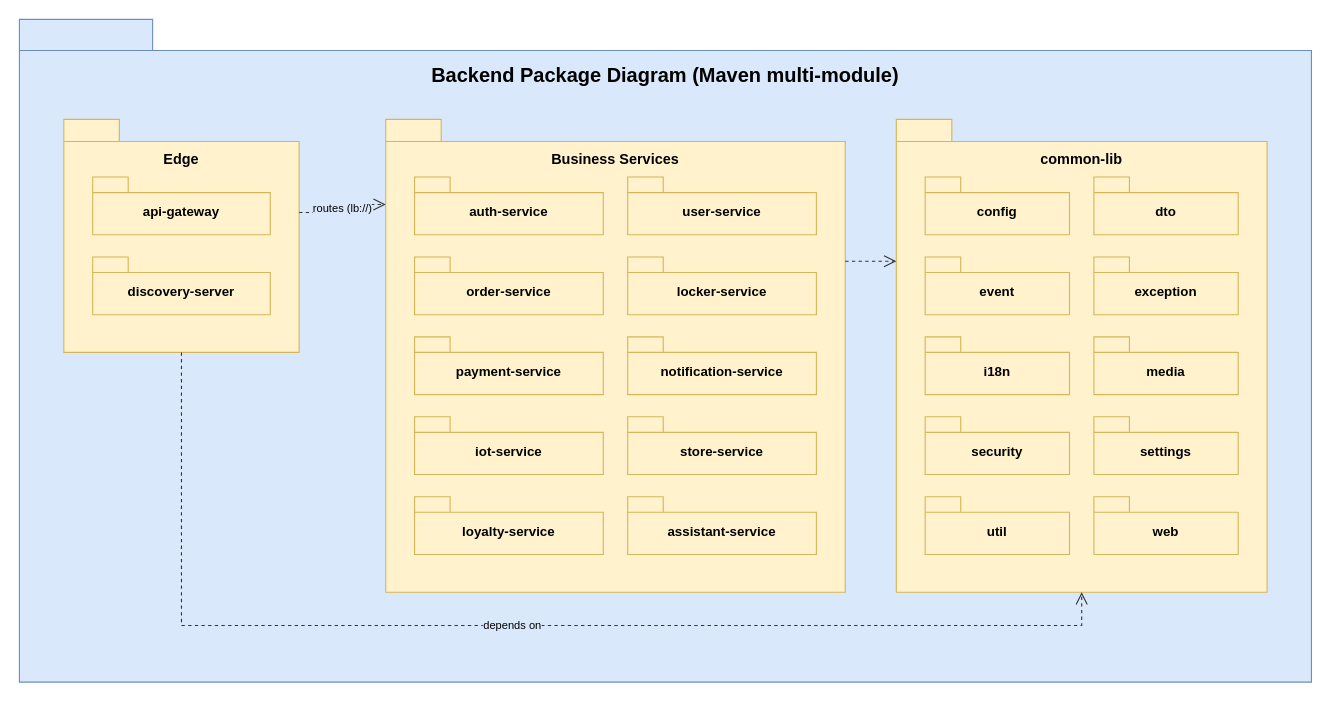
Before: rp4/sdd-assets/drawio/pkg_backend_overview.drawio in LockR-Tech/docs, a draw.io diagram. Source tidied: cells renumbered, new cells numbered last; positions are measured from the earlier drawing's top-left corner, leaving out a move shared by most shapes. Both pictures are drawn from the tidied source at 111%, with x=0, y=0 at pixel (19, 19).
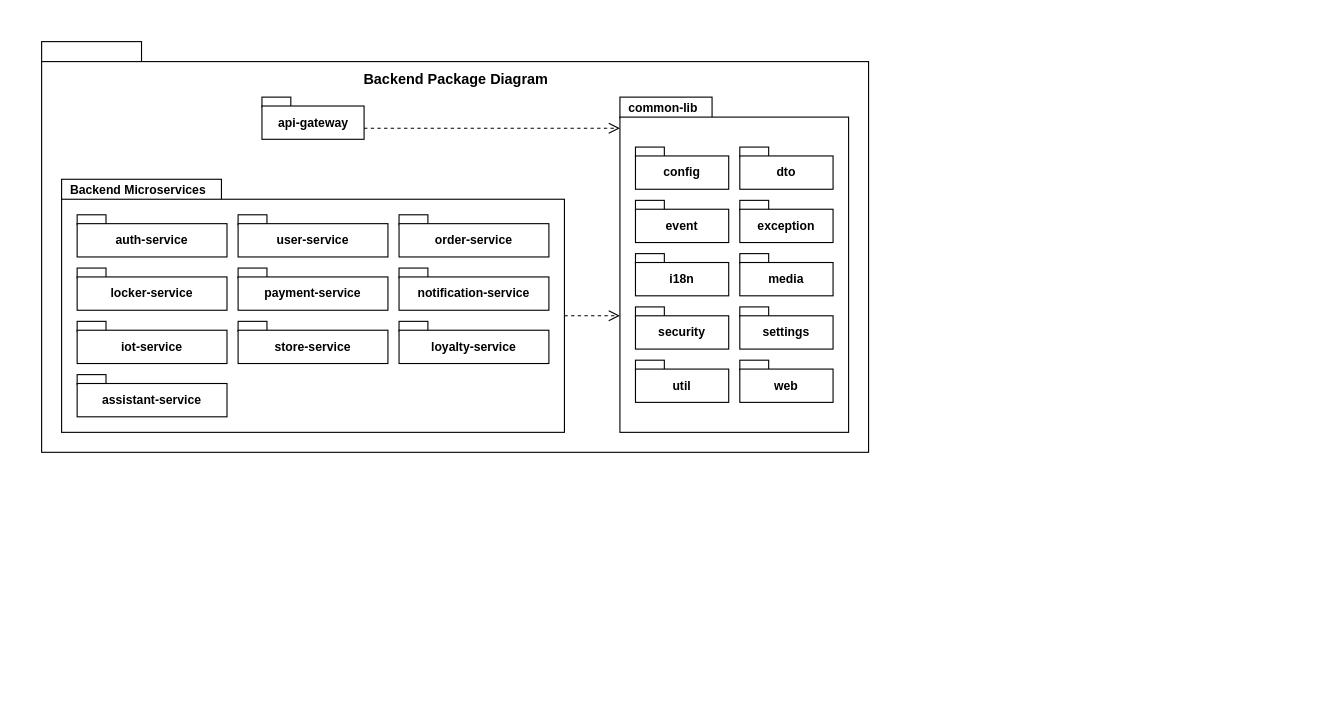
The same page after the edit.

The edit, as a diff of the source:
```diff
@@
-    <mxCell id="2" value="Backend Package Diagram (Maven multi-module)" style="shape=folder;tabWidth=120;tabHeight=28;tabPosition=left;html=1;whiteSpace=wrap;fillColor=#dae8fc;strokeColor=#6c8ebf;verticalAlign=top;fontStyle=1;fontSize=18;spacingTop=34;" parent="1" vertex="1">
-      <mxGeometry width="1164" height="597" as="geometry" />
+    <mxCell id="2" style="html=1;whiteSpace=wrap;fillColor=#FFFFFF;strokeColor=#000000;fontFamily=Helvetica;fontColor=#000000;" parent="1" vertex="1">
+      <mxGeometry x="20" y="20" width="90" height="19" as="geometry" />
     </mxCell>
-    <mxCell id="3" value="Edge" style="shape=folder;tabWidth=50;tabHeight=20;tabPosition=left;html=1;whiteSpace=wrap;fillColor=#fff2cc;strokeColor=#d6b656;verticalAlign=top;fontStyle=1;fontSize=13;spacingTop=22;" parent="1" vertex="1">
-      <mxGeometry x="40" y="90" width="212" height="210" as="geometry" />
+    <mxCell id="3" style="html=1;whiteSpace=wrap;fillColor=#FFFFFF;strokeColor=#000000;fontFamily=Helvetica;fontColor=#000000;" parent="1" vertex="1">
+      <mxGeometry x="20" y="38" width="745" height="352" as="geometry" />
     </mxCell>
-    <mxCell id="4" value="api-gateway" style="shape=folder;tabWidth=32;tabHeight=14;tabPosition=left;html=1;whiteSpace=wrap;fillColor=#fff2cc;strokeColor=#d6b656;fontStyle=1;fontSize=12;spacingTop=12;" parent="1" vertex="1">
-      <mxGeometry x="66" y="142" width="160" height="52" as="geometry" />
+    <mxCell id="4" value="Backend Package Diagram" style="text;html=1;fontStyle=1;fontSize=13;align=center;verticalAlign=middle;fontFamily=Helvetica;fontColor=#000000;" parent="1" vertex="1">
+      <mxGeometry x="20" y="42" width="745" height="24" as="geometry" />
     </mxCell>
-    <mxCell id="5" value="discovery-server" style="shape=folder;tabWidth=32;tabHeight=14;tabPosition=left;html=1;whiteSpace=wrap;fillColor=#fff2cc;strokeColor=#d6b656;fontStyle=1;fontSize=12;spacingTop=12;" parent="1" vertex="1">
-      <mxGeometry x="66" y="214" width="160" height="52" as="geometry" />
+    <mxCell id="5" style="html=1;whiteSpace=wrap;fillColor=#FFFFFF;strokeColor=#000000;fontFamily=Helvetica;fontColor=#000000;" parent="1" vertex="1">
+      <mxGeometry x="218.5" y="70" width="26" height="9" as="geometry" />
     </mxCell>
-    <mxCell id="6" value="Business Services" style="shape=folder;tabWidth=50;tabHeight=20;tabPosition=left;html=1;whiteSpace=wrap;fillColor=#fff2cc;strokeColor=#d6b656;verticalAlign=top;fontStyle=1;fontSize=13;spacingTop=22;" parent="1" vertex="1">
-      <mxGeometry x="330" y="90" width="414" height="426" as="geometry" />
+    <mxCell id="6" value="api-gateway" style="html=1;whiteSpace=wrap;fillColor=#FFFFFF;strokeColor=#000000;fontFamily=Helvetica;fontColor=#000000;fontStyle=1;fontSize=11;" parent="1" vertex="1">
+      <mxGeometry x="218.5" y="78" width="92" height="30" as="geometry" />
     </mxCell>
-    <mxCell id="7" value="auth-service" style="shape=folder;tabWidth=32;tabHeight=14;tabPosition=left;html=1;whiteSpace=wrap;fillColor=#fff2cc;strokeColor=#d6b656;fontStyle=1;fontSize=12;spacingTop=12;" parent="1" vertex="1">
-      <mxGeometry x="356" y="142" width="170" height="52" as="geometry" />
+    <mxCell id="7" value="Backend Microservices" style="html=1;whiteSpace=wrap;fillColor=#FFFFFF;strokeColor=#000000;fontFamily=Helvetica;fontColor=#000000;fontStyle=1;fontSize=11;align=left;spacingLeft=6;" parent="1" vertex="1">
+      <mxGeometry x="38" y="144" width="144" height="19" as="geometry" />
     </mxCell>
-    <mxCell id="8" value="user-service" style="shape=folder;tabWidth=32;tabHeight=14;tabPosition=left;html=1;whiteSpace=wrap;fillColor=#fff2cc;strokeColor=#d6b656;fontStyle=1;fontSize=12;spacingTop=12;" parent="1" vertex="1">
-      <mxGeometry x="548" y="142" width="170" height="52" as="geometry" />
+    <mxCell id="8" style="html=1;whiteSpace=wrap;fillColor=#FFFFFF;strokeColor=#000000;fontFamily=Helvetica;fontColor=#000000;" parent="1" vertex="1">
+      <mxGeometry x="38" y="162" width="453" height="210" as="geometry" />
     </mxCell>
-    <mxCell id="9" value="order-service" style="shape=folder;tabWidth=32;tabHeight=14;tabPosition=left;html=1;whiteSpace=wrap;fillColor=#fff2cc;strokeColor=#d6b656;fontStyle=1;fontSize=12;spacingTop=12;" parent="1" vertex="1">
-      <mxGeometry x="356" y="214" width="170" height="52" as="geometry" />
+    <mxCell id="9" style="html=1;whiteSpace=wrap;fillColor=#FFFFFF;strokeColor=#000000;fontFamily=Helvetica;fontColor=#000000;" parent="1" vertex="1">
+      <mxGeometry x="52" y="176" width="26" height="9" as="geometry" />
     </mxCell>
-    <mxCell id="10" value="locker-service" style="shape=folder;tabWidth=32;tabHeight=14;tabPosition=left;html=1;whiteSpace=wrap;fillColor=#fff2cc;strokeColor=#d6b656;fontStyle=1;fontSize=12;spacingTop=12;" parent="1" vertex="1">
-      <mxGeometry x="548" y="214" width="170" height="52" as="geometry" />
+    <mxCell id="10" value="auth-service" style="html=1;whiteSpace=wrap;fillColor=#FFFFFF;strokeColor=#000000;fontFamily=Helvetica;fontColor=#000000;fontStyle=1;fontSize=11;" parent="1" vertex="1">
+      <mxGeometry x="52" y="184" width="135" height="30" as="geometry" />
     </mxCell>
-    <mxCell id="11" value="payment-service" style="shape=folder;tabWidth=32;tabHeight=14;tabPosition=left;html=1;whiteSpace=wrap;fillColor=#fff2cc;strokeColor=#d6b656;fontStyle=1;fontSize=12;spacingTop=12;" parent="1" vertex="1">
-      <mxGeometry x="356" y="286" width="170" height="52" as="geometry" />
+    <mxCell id="11" style="html=1;whiteSpace=wrap;fillColor=#FFFFFF;strokeColor=#000000;fontFamily=Helvetica;fontColor=#000000;" parent="1" vertex="1">
+      <mxGeometry x="197" y="176" width="26" height="9" as="geometry" />
     </mxCell>
-    <mxCell id="12" value="notification-service" style="shape=folder;tabWidth=32;tabHeight=14;tabPosition=left;html=1;whiteSpace=wrap;fillColor=#fff2cc;strokeColor=#d6b656;fontStyle=1;fontSize=12;spacingTop=12;" parent="1" vertex="1">
-      <mxGeometry x="548" y="286" width="170" height="52" as="geometry" />
+    <mxCell id="12" value="user-service" style="html=1;whiteSpace=wrap;fillColor=#FFFFFF;strokeColor=#000000;fontFamily=Helvetica;fontColor=#000000;fontStyle=1;fontSize=11;" parent="1" vertex="1">
+      <mxGeometry x="197" y="184" width="135" height="30" as="geometry" />
     </mxCell>
-    <mxCell id="13" value="iot-service" style="shape=folder;tabWidth=32;tabHeight=14;tabPosition=left;html=1;whiteSpace=wrap;fillColor=#fff2cc;strokeColor=#d6b656;fontStyle=1;fontSize=12;spacingTop=12;" parent="1" vertex="1">
-      <mxGeometry x="356" y="358" width="170" height="52" as="geometry" />
+    <mxCell id="13" style="html=1;whiteSpace=wrap;fillColor=#FFFFFF;strokeColor=#000000;fontFamily=Helvetica;fontColor=#000000;" parent="1" vertex="1">
+      <mxGeometry x="342" y="176" width="26" height="9" as="geometry" />
     </mxCell>
-    <mxCell id="14" value="store-service" style="shape=folder;tabWidth=32;tabHeight=14;tabPosition=left;html=1;whiteSpace=wrap;fillColor=#fff2cc;strokeColor=#d6b656;fontStyle=1;fontSize=12;spacingTop=12;" parent="1" vertex="1">
-      <mxGeometry x="548" y="358" width="170" height="52" as="geometry" />
+    <mxCell id="14" value="order-service" style="html=1;whiteSpace=wrap;fillColor=#FFFFFF;strokeColor=#000000;fontFamily=Helvetica;fontColor=#000000;fontStyle=1;fontSize=11;" parent="1" vertex="1">
+      <mxGeometry x="342" y="184" width="135" height="30" as="geometry" />
     </mxCell>
-    <mxCell id="15" value="loyalty-service" style="shape=folder;tabWidth=32;tabHeight=14;tabPosition=left;html=1;whiteSpace=wrap;fillColor=#fff2cc;strokeColor=#d6b656;fontStyle=1;fontSize=12;spacingTop=12;" parent="1" vertex="1">
-      <mxGeometry x="356" y="430" width="170" height="52" as="geometry" />
+    <mxCell id="15" style="html=1;whiteSpace=wrap;fillColor=#FFFFFF;strokeColor=#000000;fontFamily=Helvetica;fontColor=#000000;" parent="1" vertex="1">
+      <mxGeometry x="52" y="224" width="26" height="9" as="geometry" />
     </mxCell>
-    <mxCell id="16" value="assistant-service" style="shape=folder;tabWidth=32;tabHeight=14;tabPosition=left;html=1;whiteSpace=wrap;fillColor=#fff2cc;strokeColor=#d6b656;fontStyle=1;fontSize=12;spacingTop=12;" parent="1" vertex="1">
-      <mxGeometry x="548" y="430" width="170" height="52" as="geometry" />
+    <mxCell id="16" value="locker-service" style="html=1;whiteSpace=wrap;fillColor=#FFFFFF;strokeColor=#000000;fontFamily=Helvetica;fontColor=#000000;fontStyle=1;fontSize=11;" parent="1" vertex="1">
+      <mxGeometry x="52" y="232" width="135" height="30" as="geometry" />
     </mxCell>
-    <mxCell id="17" value="common-lib" style="shape=folder;tabWidth=50;tabHeight=20;tabPosition=left;html=1;whiteSpace=wrap;fillColor=#fff2cc;strokeColor=#d6b656;verticalAlign=top;fontStyle=1;fontSize=13;spacingTop=22;" parent="1" vertex="1">
-      <mxGeometry x="790" y="90" width="334" height="426" as="geometry" />
+    <mxCell id="17" style="html=1;whiteSpace=wrap;fillColor=#FFFFFF;strokeColor=#000000;fontFamily=Helvetica;fontColor=#000000;" parent="1" vertex="1">
+      <mxGeometry x="197" y="224" width="26" height="9" as="geometry" />
     </mxCell>
-    <mxCell id="18" value="config" style="shape=folder;tabWidth=32;tabHeight=14;tabPosition=left;html=1;whiteSpace=wrap;fillColor=#fff2cc;strokeColor=#d6b656;fontStyle=1;fontSize=12;spacingTop=12;" parent="1" vertex="1">
-      <mxGeometry x="816" y="142" width="130" height="52" as="geometry" />
+    <mxCell id="18" value="payment-service" style="html=1;whiteSpace=wrap;fillColor=#FFFFFF;strokeColor=#000000;fontFamily=Helvetica;fontColor=#000000;fontStyle=1;fontSize=11;" parent="1" vertex="1">
+      <mxGeometry x="197" y="232" width="135" height="30" as="geometry" />
     </mxCell>
-    <mxCell id="19" value="dto" style="shape=folder;tabWidth=32;tabHeight=14;tabPosition=left;html=1;whiteSpace=wrap;fillColor=#fff2cc;strokeColor=#d6b656;fontStyle=1;fontSize=12;spacingTop=12;" parent="1" vertex="1">
-      <mxGeometry x="968" y="142" width="130" height="52" as="geometry" />
+    <mxCell id="19" style="html=1;whiteSpace=wrap;fillColor=#FFFFFF;strokeColor=#000000;fontFamily=Helvetica;fontColor=#000000;" parent="1" vertex="1">
+      <mxGeometry x="342" y="224" width="26" height="9" as="geometry" />
     </mxCell>
-    <mxCell id="20" value="event" style="shape=folder;tabWidth=32;tabHeight=14;tabPosition=left;html=1;whiteSpace=wrap;fillColor=#fff2cc;strokeColor=#d6b656;fontStyle=1;fontSize=12;spacingTop=12;" parent="1" vertex="1">
-      <mxGeometry x="816" y="214" width="130" height="52" as="geometry" />
+    <mxCell id="20" value="notification-service" style="html=1;whiteSpace=wrap;fillColor=#FFFFFF;strokeColor=#000000;fontFamily=Helvetica;fontColor=#000000;fontStyle=1;fontSize=11;" parent="1" vertex="1">
+      <mxGeometry x="342" y="232" width="135" height="30" as="geometry" />
     </mxCell>
-    <mxCell id="21" value="exception" style="shape=folder;tabWidth=32;tabHeight=14;tabPosition=left;html=1;whiteSpace=wrap;fillColor=#fff2cc;strokeColor=#d6b656;fontStyle=1;fontSize=12;spacingTop=12;" parent="1" vertex="1">
-      <mxGeometry x="968" y="214" width="130" height="52" as="geometry" />
+    <mxCell id="21" style="html=1;whiteSpace=wrap;fillColor=#FFFFFF;strokeColor=#000000;fontFamily=Helvetica;fontColor=#000000;" parent="1" vertex="1">
+      <mxGeometry x="52" y="272" width="26" height="9" as="geometry" />
     </mxCell>
-    <mxCell id="22" value="i18n" style="shape=folder;tabWidth=32;tabHeight=14;tabPosition=left;html=1;whiteSpace=wrap;fillColor=#fff2cc;strokeColor=#d6b656;fontStyle=1;fontSize=12;spacingTop=12;" parent="1" vertex="1">
-      <mxGeometry x="816" y="286" width="130" height="52" as="geometry" />
+    <mxCell id="22" value="iot-service" style="html=1;whiteSpace=wrap;fillColor=#FFFFFF;strokeColor=#000000;fontFamily=Helvetica;fontColor=#000000;fontStyle=1;fontSize=11;" parent="1" vertex="1">
+      <mxGeometry x="52" y="280" width="135" height="30" as="geometry" />
     </mxCell>
-    <mxCell id="23" value="media" style="shape=folder;tabWidth=32;tabHeight=14;tabPosition=left;html=1;whiteSpace=wrap;fillColor=#fff2cc;strokeColor=#d6b656;fontStyle=1;fontSize=12;spacingTop=12;" parent="1" vertex="1">
-      <mxGeometry x="968" y="286" width="130" height="52" as="geometry" />
+    <mxCell id="23" style="html=1;whiteSpace=wrap;fillColor=#FFFFFF;strokeColor=#000000;fontFamily=Helvetica;fontColor=#000000;" parent="1" vertex="1">
+      <mxGeometry x="197" y="272" width="26" height="9" as="geometry" />
     </mxCell>
-    <mxCell id="24" value="security" style="shape=folder;tabWidth=32;tabHeight=14;tabPosition=left;html=1;whiteSpace=wrap;fillColor=#fff2cc;strokeColor=#d6b656;fontStyle=1;fontSize=12;spacingTop=12;" parent="1" vertex="1">
-      <mxGeometry x="816" y="358" width="130" height="52" as="geometry" />
+    <mxCell id="24" value="store-service" style="html=1;whiteSpace=wrap;fillColor=#FFFFFF;strokeColor=#000000;fontFamily=Helvetica;fontColor=#000000;fontStyle=1;fontSize=11;" parent="1" vertex="1">
+      <mxGeometry x="197" y="280" width="135" height="30" as="geometry" />
     </mxCell>
-    <mxCell id="25" value="settings" style="shape=folder;tabWidth=32;tabHeight=14;tabPosition=left;html=1;whiteSpace=wrap;fillColor=#fff2cc;strokeColor=#d6b656;fontStyle=1;fontSize=12;spacingTop=12;" parent="1" vertex="1">
-      <mxGeometry x="968" y="358" width="130" height="52" as="geometry" />
+    <mxCell id="25" style="html=1;whiteSpace=wrap;fillColor=#FFFFFF;strokeColor=#000000;fontFamily=Helvetica;fontColor=#000000;" parent="1" vertex="1">
+      <mxGeometry x="342" y="272" width="26" height="9" as="geometry" />
     </mxCell>
-    <mxCell id="26" value="util" style="shape=folder;tabWidth=32;tabHeight=14;tabPosition=left;html=1;whiteSpace=wrap;fillColor=#fff2cc;strokeColor=#d6b656;fontStyle=1;fontSize=12;spacingTop=12;" parent="1" vertex="1">
-      <mxGeometry x="816" y="430" width="130" height="52" as="geometry" />
+    <mxCell id="26" value="loyalty-service" style="html=1;whiteSpace=wrap;fillColor=#FFFFFF;strokeColor=#000000;fontFamily=Helvetica;fontColor=#000000;fontStyle=1;fontSize=11;" parent="1" vertex="1">
+      <mxGeometry x="342" y="280" width="135" height="30" as="geometry" />
     </mxCell>
-    <mxCell id="27" value="web" style="shape=folder;tabWidth=32;tabHeight=14;tabPosition=left;html=1;whiteSpace=wrap;fillColor=#fff2cc;strokeColor=#d6b656;fontStyle=1;fontSize=12;spacingTop=12;" parent="1" vertex="1">
-      <mxGeometry x="968" y="430" width="130" height="52" as="geometry" />
+    <mxCell id="27" style="html=1;whiteSpace=wrap;fillColor=#FFFFFF;strokeColor=#000000;fontFamily=Helvetica;fontColor=#000000;" parent="1" vertex="1">
+      <mxGeometry x="52" y="320" width="26" height="9" as="geometry" />
     </mxCell>
-    <mxCell id="28" style="text;html=1;" parent="1" vertex="1">
-      <mxGeometry x="40" y="556" width="1" height="1" as="geometry" />
+    <mxCell id="28" value="assistant-service" style="html=1;whiteSpace=wrap;fillColor=#FFFFFF;strokeColor=#000000;fontFamily=Helvetica;fontColor=#000000;fontStyle=1;fontSize=11;" parent="1" vertex="1">
+      <mxGeometry x="52" y="328" width="135" height="30" as="geometry" />
     </mxCell>
-    <mxCell id="29" value="routes (lb://)" style="edgeStyle=orthogonalEdgeStyle;rounded=0;html=1;dashed=1;endArrow=open;endSize=9;strokeColor=#333333;jettySize=auto;exitX=1;exitY=0.4;exitDx=0;exitDy=0;entryX=0;entryY=0.18;entryDx=0;entryDy=0;fontSize=10;labelBackgroundColor=#dae8fc;" parent="1" edge="1" source="3" target="6">
-      <mxGeometry relative="1" as="geometry" />
+    <mxCell id="29" value="common-lib" style="html=1;whiteSpace=wrap;fillColor=#FFFFFF;strokeColor=#000000;fontFamily=Helvetica;fontColor=#000000;fontStyle=1;fontSize=11;align=left;spacingLeft=6;" parent="1" vertex="1">
+      <mxGeometry x="541" y="70" width="83" height="19" as="geometry" />
     </mxCell>
-    <mxCell id="30" style="edgeStyle=orthogonalEdgeStyle;rounded=0;html=1;dashed=1;endArrow=open;endSize=9;strokeColor=#333333;jettySize=auto;exitX=1;exitY=0.3;exitDx=0;exitDy=0;entryX=0;entryY=0.3;entryDx=0;entryDy=0;fontSize=10;labelBackgroundColor=#dae8fc;" parent="1" edge="1" source="6" target="17">
-      <mxGeometry relative="1" as="geometry" />
+    <mxCell id="30" style="html=1;whiteSpace=wrap;fillColor=#FFFFFF;strokeColor=#000000;fontFamily=Helvetica;fontColor=#000000;" parent="1" vertex="1">
+      <mxGeometry x="541" y="88" width="206" height="284" as="geometry" />
     </mxCell>
-    <mxCell id="31" value="depends on" style="edgeStyle=orthogonalEdgeStyle;rounded=0;html=1;dashed=1;endArrow=open;endSize=9;strokeColor=#333333;jettySize=auto;exitX=0.5;exitY=1;exitDx=0;exitDy=0;entryX=0.5;entryY=1;entryDx=0;entryDy=0;fontSize=10;labelBackgroundColor=#dae8fc;" parent="1" edge="1" source="3" target="17">
-      <mxGeometry relative="1" as="geometry">
-        <Array as="points">
-          <mxPoint x="146" y="546" />
-          <mxPoint x="957" y="546" />
-        </Array>
-      </mxGeometry>
+    <mxCell id="31" style="html=1;whiteSpace=wrap;fillColor=#FFFFFF;strokeColor=#000000;fontFamily=Helvetica;fontColor=#000000;" parent="1" vertex="1">
+      <mxGeometry x="555" y="115" width="26" height="9" as="geometry" />
     </mxCell>
+    <mxCell id="32" value="config" style="html=1;whiteSpace=wrap;fillColor=#FFFFFF;strokeColor=#000000;fontFamily=Helvetica;fontColor=#000000;fontStyle=1;fontSize=11;" parent="1" vertex="1">
+      <mxGeometry x="555" y="123" width="84" height="30" as="geometry" />
+    </mxCell>
+    <mxCell id="33" style="html=1;whiteSpace=wrap;fillColor=#FFFFFF;strokeColor=#000000;fontFamily=Helvetica;fontColor=#000000;" parent="1" vertex="1">
+      <mxGeometry x="649" y="115" width="26" height="9" as="geometry" />
+    </mxCell>
+    <mxCell id="34" value="dto" style="html=1;whiteSpace=wrap;fillColor=#FFFFFF;strokeColor=#000000;fontFamily=Helvetica;fontColor=#000000;fontStyle=1;fontSize=11;" parent="1" vertex="1">
+      <mxGeometry x="649" y="123" width="84" height="30" as="geometry" />
+    </mxCell>
+    <mxCell id="35" style="html=1;whiteSpace=wrap;fillColor=#FFFFFF;strokeColor=#000000;fontFamily=Helvetica;fontColor=#000000;" parent="1" vertex="1">
+      <mxGeometry x="555" y="163" width="26" height="9" as="geometry" />
+    </mxCell>
+    <mxCell id="36" value="event" style="html=1;whiteSpace=wrap;fillColor=#FFFFFF;strokeColor=#000000;fontFamily=Helvetica;fontColor=#000000;fontStyle=1;fontSize=11;" parent="1" vertex="1">
+      <mxGeometry x="555" y="171" width="84" height="30" as="geometry" />
+    </mxCell>
+    <mxCell id="37" style="html=1;whiteSpace=wrap;fillColor=#FFFFFF;strokeColor=#000000;fontFamily=Helvetica;fontColor=#000000;" parent="1" vertex="1">
+      <mxGeometry x="649" y="163" width="26" height="9" as="geometry" />
+    </mxCell>
+    <mxCell id="38" value="exception" style="html=1;whiteSpace=wrap;fillColor=#FFFFFF;strokeColor=#000000;fontFamily=Helvetica;fontColor=#000000;fontStyle=1;fontSize=11;" parent="1" vertex="1">
+      <mxGeometry x="649" y="171" width="84" height="30" as="geometry" />
+    </mxCell>
+    <mxCell id="39" style="html=1;whiteSpace=wrap;fillColor=#FFFFFF;strokeColor=#000000;fontFamily=Helvetica;fontColor=#000000;" parent="1" vertex="1">
+      <mxGeometry x="555" y="211" width="26" height="9" as="geometry" />
+    </mxCell>
+    <mxCell id="40" value="i18n" style="html=1;whiteSpace=wrap;fillColor=#FFFFFF;strokeColor=#000000;fontFamily=Helvetica;fontColor=#000000;fontStyle=1;fontSize=11;" parent="1" vertex="1">
+      <mxGeometry x="555" y="219" width="84" height="30" as="geometry" />
+    </mxCell>
+    <mxCell id="41" style="html=1;whiteSpace=wrap;fillColor=#FFFFFF;strokeColor=#000000;fontFamily=Helvetica;fontColor=#000000;" parent="1" vertex="1">
+      <mxGeometry x="649" y="211" width="26" height="9" as="geometry" />
+    </mxCell>
+    <mxCell id="42" value="media" style="html=1;whiteSpace=wrap;fillColor=#FFFFFF;strokeColor=#000000;fontFamily=Helvetica;fontColor=#000000;fontStyle=1;fontSize=11;" parent="1" vertex="1">
+      <mxGeometry x="649" y="219" width="84" height="30" as="geometry" />
+    </mxCell>
+    <mxCell id="43" style="html=1;whiteSpace=wrap;fillColor=#FFFFFF;strokeColor=#000000;fontFamily=Helvetica;fontColor=#000000;" parent="1" vertex="1">
+      <mxGeometry x="555" y="259" width="26" height="9" as="geometry" />
+    </mxCell>
+    <mxCell id="44" value="security" style="html=1;whiteSpace=wrap;fillColor=#FFFFFF;strokeColor=#000000;fontFamily=Helvetica;fontColor=#000000;fontStyle=1;fontSize=11;" parent="1" vertex="1">
+      <mxGeometry x="555" y="267" width="84" height="30" as="geometry" />
+    </mxCell>
+    <mxCell id="45" style="html=1;whiteSpace=wrap;fillColor=#FFFFFF;strokeColor=#000000;fontFamily=Helvetica;fontColor=#000000;" parent="1" vertex="1">
+      <mxGeometry x="649" y="259" width="26" height="9" as="geometry" />
+    </mxCell>
+    <mxCell id="46" value="settings" style="html=1;whiteSpace=wrap;fillColor=#FFFFFF;strokeColor=#000000;fontFamily=Helvetica;fontColor=#000000;fontStyle=1;fontSize=11;" parent="1" vertex="1">
+      <mxGeometry x="649" y="267" width="84" height="30" as="geometry" />
+    </mxCell>
+    <mxCell id="47" style="html=1;whiteSpace=wrap;fillColor=#FFFFFF;strokeColor=#000000;fontFamily=Helvetica;fontColor=#000000;" parent="1" vertex="1">
+      <mxGeometry x="555" y="307" width="26" height="9" as="geometry" />
+    </mxCell>
+    <mxCell id="48" value="util" style="html=1;whiteSpace=wrap;fillColor=#FFFFFF;strokeColor=#000000;fontFamily=Helvetica;fontColor=#000000;fontStyle=1;fontSize=11;" parent="1" vertex="1">
+      <mxGeometry x="555" y="315" width="84" height="30" as="geometry" />
+    </mxCell>
+    <mxCell id="49" style="html=1;whiteSpace=wrap;fillColor=#FFFFFF;strokeColor=#000000;fontFamily=Helvetica;fontColor=#000000;" parent="1" vertex="1">
+      <mxGeometry x="649" y="307" width="26" height="9" as="geometry" />
+    </mxCell>
+    <mxCell id="50" value="web" style="html=1;whiteSpace=wrap;fillColor=#FFFFFF;strokeColor=#000000;fontFamily=Helvetica;fontColor=#000000;fontStyle=1;fontSize=11;" parent="1" vertex="1">
+      <mxGeometry x="649" y="315" width="84" height="30" as="geometry" />
+    </mxCell>
+    <mxCell id="51" style="endArrow=open;endSize=8;dashed=1;html=1;rounded=0;strokeColor=#000000;edgeStyle=none;exitX=1.0000;exitY=0.5000;exitDx=0;exitDy=0;exitPerimeter=0;entryX=0.0000;entryY=0.6303;entryDx=0;entryDy=0;entryPerimeter=0;" parent="1" edge="1" source="8" target="30">
+      <mxGeometry relative="1" as="geometry" />
+    </mxCell>
+    <mxCell id="52" style="endArrow=open;endSize=8;dashed=1;html=1;rounded=0;strokeColor=#000000;edgeStyle=none;exitX=1.0000;exitY=0.6667;exitDx=0;exitDy=0;exitPerimeter=0;entryX=0.0000;entryY=0.0352;entryDx=0;entryDy=0;entryPerimeter=0;" parent="1" edge="1" source="6" target="30">
+      <mxGeometry relative="1" as="geometry" />
+    </mxCell>
```
